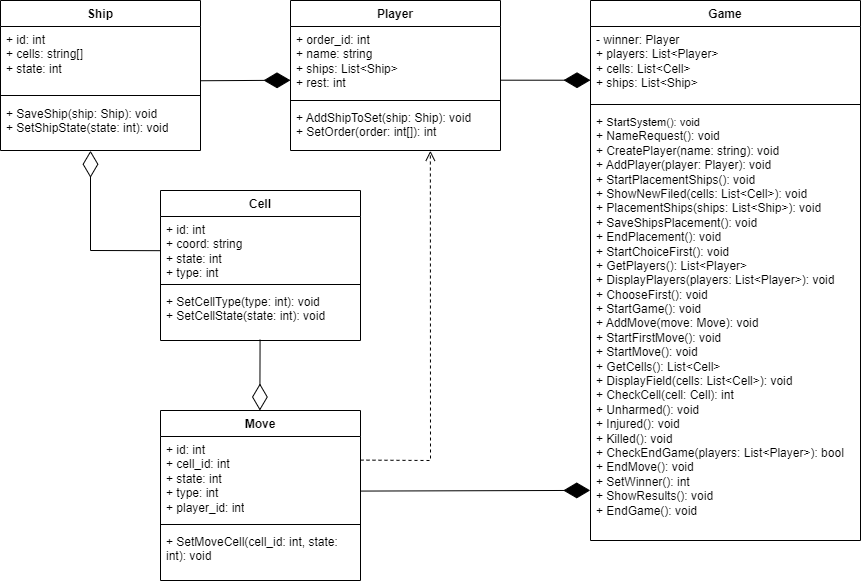
katefomkina/sea-battle keeps this draw.io diagram as images/lab5_UML.png. Above is the earlier version. Source tidied: cells renumbered, new cells last; positions are measured from the earlier drawing's top-left corner, leaving out a move shared by most shapes.
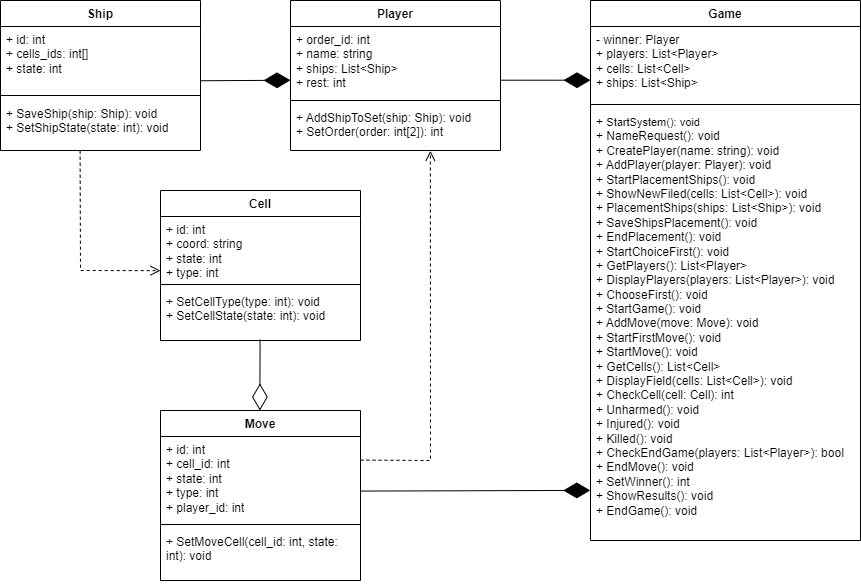
After the commit.

The edit, as a diff of the source:
```diff
@@ -5,7 +5,7 @@
     <mxCell id="2" value="Ship" style="swimlane;fontStyle=1;align=center;verticalAlign=top;horizontal=1;startSize=26;whiteSpace=wrap;html=1;" parent="1" vertex="1">
       <mxGeometry width="200" height="150" as="geometry" />
     </mxCell>
-    <mxCell id="3" value="+ id: int&lt;div&gt;+ cells: string[]&lt;/div&gt;&lt;div&gt;+ state: int&lt;/div&gt;" style="text;strokeColor=none;fillColor=none;align=left;verticalAlign=top;spacingLeft=4;spacingRight=4;overflow=hidden;whiteSpace=wrap;html=1;" parent="2" vertex="1">
+    <mxCell id="3" value="+ id: int&lt;div&gt;+ cells_ids: int[]&lt;/div&gt;&lt;div&gt;+ state: int&lt;/div&gt;" style="text;strokeColor=none;fillColor=none;align=left;verticalAlign=top;spacingLeft=4;spacingRight=4;overflow=hidden;whiteSpace=wrap;html=1;" parent="2" vertex="1">
       <mxGeometry y="26" width="200" height="64" as="geometry" />
     </mxCell>
     <mxCell id="4" style="line;strokeWidth=1;fillColor=none;align=left;verticalAlign=middle;spacingTop=-1;spacingLeft=3;spacingRight=3;labelPosition=right;strokeColor=inherit;" parent="2" vertex="1">
@@ -35,7 +35,7 @@
     <mxCell id="12" style="line;strokeWidth=1;fillColor=none;align=left;verticalAlign=middle;spacingTop=-1;spacingLeft=3;spacingRight=3;labelPosition=right;strokeColor=inherit;" parent="10" vertex="1">
       <mxGeometry y="96" width="210" height="8" as="geometry" />
     </mxCell>
-    <mxCell id="13" value="&lt;span style=&quot;text-align: center; text-wrap: nowrap; background-color: rgb(255, 255, 255);&quot;&gt;&lt;font style=&quot;font-size: 12px;&quot;&gt;+ AddShipToSet(ship: Ship): void&lt;/font&gt;&lt;/span&gt;&lt;div&gt;&lt;font style=&quot;font-size: 12px;&quot;&gt;&lt;span style=&quot;text-align: center; text-wrap: nowrap; background-color: rgb(255, 255, 255);&quot;&gt;&lt;font style=&quot;&quot;&gt;+&amp;nbsp;&lt;/font&gt;&lt;/span&gt;&lt;span style=&quot;background-color: rgb(255, 255, 255); text-align: center; text-wrap: nowrap;&quot;&gt;SetOrder(order: int[]): int&lt;/span&gt;&lt;/font&gt;&lt;/div&gt;" style="text;strokeColor=none;fillColor=none;align=left;verticalAlign=top;spacingLeft=4;spacingRight=4;overflow=hidden;points=[[0,0.5],[1,0.5]];portConstraint=eastwest;whiteSpace=wrap;html=1;" parent="10" vertex="1">
+    <mxCell id="13" value="&lt;span style=&quot;text-align: center; text-wrap: nowrap; background-color: rgb(255, 255, 255);&quot;&gt;&lt;font style=&quot;font-size: 12px;&quot;&gt;+ AddShipToSet(ship: Ship): void&lt;/font&gt;&lt;/span&gt;&lt;div&gt;&lt;font style=&quot;font-size: 12px;&quot;&gt;&lt;span style=&quot;text-align: center; text-wrap: nowrap; background-color: rgb(255, 255, 255);&quot;&gt;&lt;font style=&quot;&quot;&gt;+&amp;nbsp;&lt;/font&gt;&lt;/span&gt;&lt;span style=&quot;background-color: rgb(255, 255, 255); text-align: center; text-wrap: nowrap;&quot;&gt;SetOrder(order: int[2]): int&lt;/span&gt;&lt;/font&gt;&lt;/div&gt;" style="text;strokeColor=none;fillColor=none;align=left;verticalAlign=top;spacingLeft=4;spacingRight=4;overflow=hidden;points=[[0,0.5],[1,0.5]];portConstraint=eastwest;whiteSpace=wrap;html=1;" parent="10" vertex="1">
       <mxGeometry y="104" width="210" height="46" as="geometry" />
     </mxCell>
     <mxCell id="14" value="Cell" style="swimlane;fontStyle=1;align=center;verticalAlign=top;horizontal=1;startSize=26;whiteSpace=wrap;html=1;" parent="1" vertex="1">
@@ -65,13 +65,6 @@
     <mxCell id="22" style="endArrow=diamondThin;endFill=1;endSize=24;html=1;rounded=0;entryX=0;entryY=0.726;entryDx=0;entryDy=0;entryPerimeter=0;exitX=1.001;exitY=0.767;exitDx=0;exitDy=0;exitPerimeter=0;" parent="1" edge="1" source="11" target="7">
       <mxGeometry relative="1" as="geometry" />
     </mxCell>
-    <mxCell id="23" style="endArrow=diamondThin;endFill=0;endSize=24;html=1;rounded=0;entryX=0.45;entryY=1.005;entryDx=0;entryDy=0;entryPerimeter=0;exitX=0;exitY=0.534;exitDx=0;exitDy=0;exitPerimeter=0;" parent="1" edge="1" source="15" target="5">
-      <mxGeometry relative="1" as="geometry">
-        <Array as="points">
-          <mxPoint x="90" y="250" />
-        </Array>
-      </mxGeometry>
-    </mxCell>
     <mxCell id="24" style="endArrow=diamondThin;endFill=0;endSize=24;html=1;rounded=0;entryX=0.298;entryY=0.006;entryDx=0;entryDy=0;entryPerimeter=0;exitX=0.299;exitY=1.005;exitDx=0;exitDy=0;exitPerimeter=0;" parent="1" edge="1">
       <mxGeometry relative="1" as="geometry">
         <mxPoint x="259.6" y="339.2" as="sourcePoint" />
@@ -96,5 +89,12 @@
         <mxPoint x="360" y="490.6" as="sourcePoint" />
       </mxGeometry>
     </mxCell>
+    <mxCell id="28" style="html=1;verticalAlign=bottom;endArrow=open;dashed=1;endSize=8;curved=0;rounded=0;entryX=0;entryY=0.846;entryDx=0;entryDy=0;entryPerimeter=0;exitX=0.398;exitY=1.004;exitDx=0;exitDy=0;exitPerimeter=0;" parent="1" edge="1" source="5" target="15">
+      <mxGeometry relative="1" as="geometry">
+        <Array as="points">
+          <mxPoint x="80" y="270" />
+        </Array>
+      </mxGeometry>
+    </mxCell>
   </root>
 </mxGraphModel>
```
